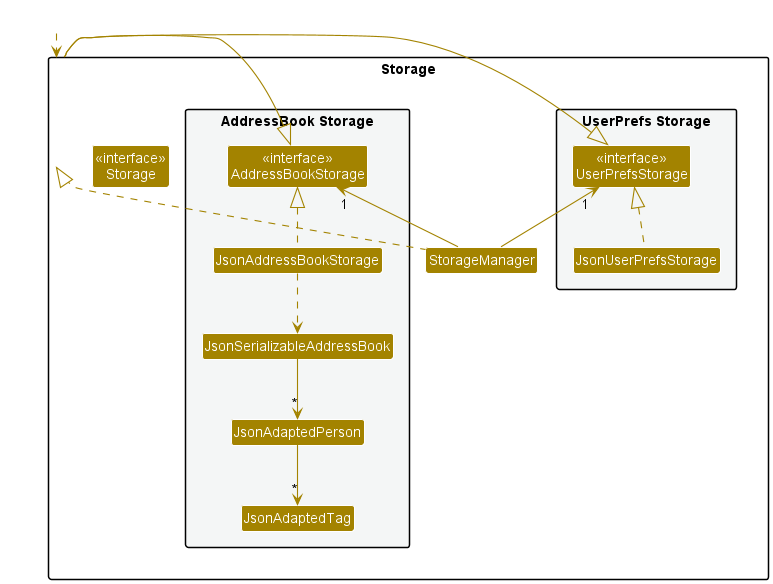
The PlantUML diagram docs/diagrams/StorageClassDiagram.png in nus-cs2103-AY2223S2/tp, before a commit.
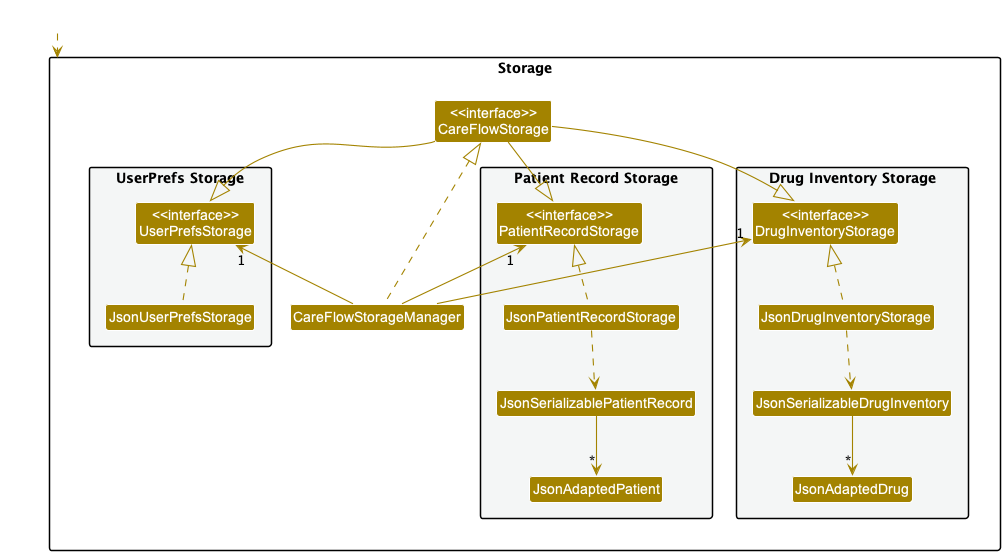
Later version of the same file.

Commit message:
Update file path of storage class diagram

Diff of the diagram source:
```diff
@@ -6,38 +6,48 @@
 
 package Storage{
 
-package "UserPrefs Storage" #F4F6F6{
-Class "<<interface>>\nUserPrefsStorage" as UserPrefsStorage
-Class JsonUserPrefsStorage
-}
+    package "UserPrefs Storage" #F4F6F6{
+        Class "<<interface>>\nUserPrefsStorage" as UserPrefsStorage
+        Class JsonUserPrefsStorage
+    }
 
-Class "<<interface>>\nStorage" as Storage
-Class StorageManager
+    Class "<<interface>>\nCareFlowStorage" as CareFlowStorage
+    Class CareFlowStorageManager
 
-package "AddressBook Storage" #F4F6F6{
-Class "<<interface>>\nAddressBookStorage" as AddressBookStorage
-Class JsonAddressBookStorage
-Class JsonSerializableAddressBook
-Class JsonAdaptedPerson
-Class JsonAdaptedTag
-}
+    package "Patient Record Storage" #F4F6F6{
+        Class "<<interface>>\nPatientRecordStorage" as PatientRecordStorage
+        Class JsonPatientRecordStorage
+        Class JsonSerializablePatientRecord
+        Class JsonAdaptedPatient
+    }
+
+    package "Drug Inventory Storage" #F4F6F6{
+         Class "<<interface>>\nDrugInventoryStorage" as DrugInventoryStorage
+         Class JsonDrugInventoryStorage
+         Class JsonSerializableDrugInventory
+         Class JsonAdaptedDrug
+    }
 
 }
 
 Class HiddenOutside #FFFFFF
 HiddenOutside ..> Storage
 
-StorageManager .up.|> Storage
-StorageManager -up-> "1" UserPrefsStorage
-StorageManager -up-> "1" AddressBookStorage
-
-Storage -left-|> UserPrefsStorage
-Storage -right-|> AddressBookStorage
+CareFlowStorageManager .up.|> CareFlowStorage
+CareFlowStorageManager -up-> "1" UserPrefsStorage
+CareFlowStorageManager -up-> "1" PatientRecordStorage
+CareFlowStorageManager -up-> "1" DrugInventoryStorage
+CareFlowStorage -down-|> UserPrefsStorage
+CareFlowStorage -down-|> PatientRecordStorage
+CareFlowStorage -down-|> DrugInventoryStorage
 
 JsonUserPrefsStorage .up.|> UserPrefsStorage
-JsonAddressBookStorage .up.|> AddressBookStorage
-JsonAddressBookStorage ..> JsonSerializableAddressBook
-JsonSerializableAddressBook --> "*" JsonAdaptedPerson
-JsonAdaptedPerson --> "*" JsonAdaptedTag
 
+JsonDrugInventoryStorage .up.|> DrugInventoryStorage
+JsonDrugInventoryStorage .down.> JsonSerializableDrugInventory
+JsonSerializableDrugInventory -down-> "*"JsonAdaptedDrug
+
+JsonPatientRecordStorage .up.|> PatientRecordStorage
+JsonPatientRecordStorage .down.> JsonSerializablePatientRecord
+JsonSerializablePatientRecord -down-> "*"JsonAdaptedPatient
 @enduml
```
